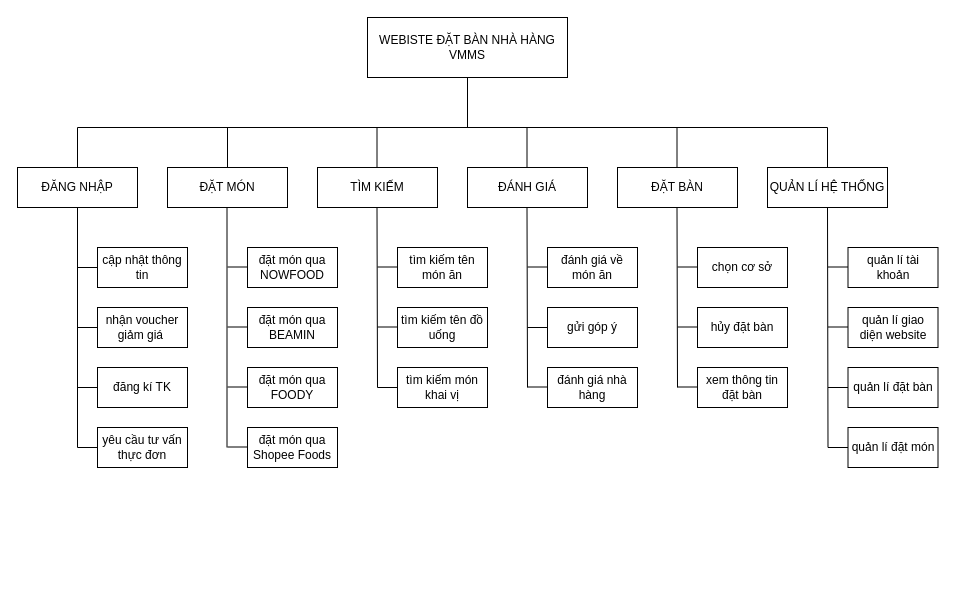
Earlier version of the draw.io diagram page "sơ đồ phân rã chức năng" (3 of 11) of Biểu đồ không có tiêu đề.drawio (trucka312/diagram). Source tidied: cells renumbered, new cells numbered last; positions are measured from the earlier drawing's top-left corner, leaving out a move shared by most shapes. Both pictures are drawn from the tidied source at 100%, with x=0, y=0 at pixel (17, 17).
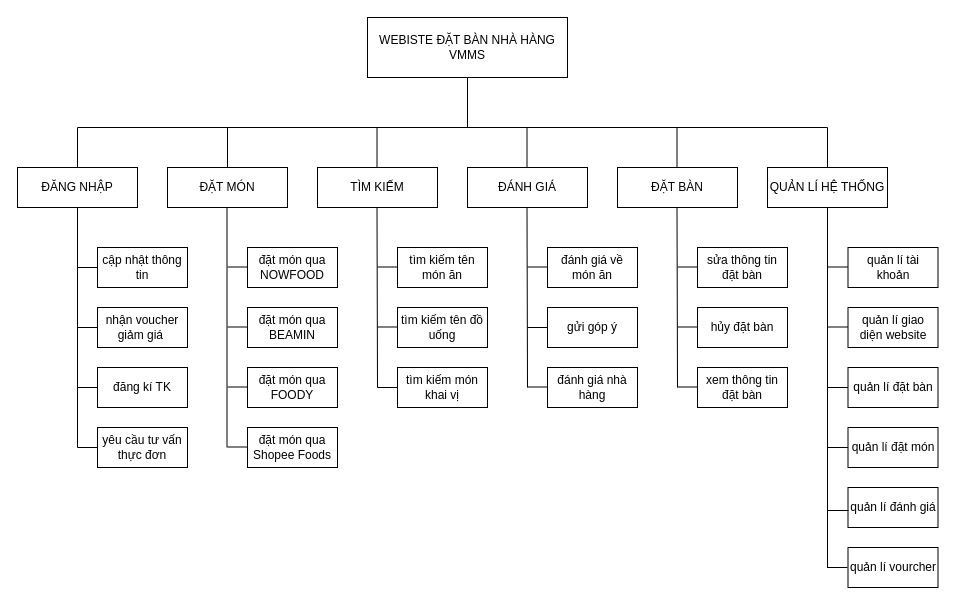
The same diagram, later.

The edit, as a diff of the source:
```diff
@@
     <mxCell id="46" style="endArrow=none;html=1;rounded=0;entryX=0.5;entryY=1;entryDx=0;entryDy=0;" parent="1" edge="1">
       <mxGeometry relative="1" as="geometry">
-        <mxPoint x="810.5" y="430" as="sourcePoint" />
+        <mxPoint x="810" y="550" as="sourcePoint" />
         <mxPoint x="810" y="190" as="targetPoint" />
       </mxGeometry>
     </mxCell>
@@
-    <mxCell id="58" value="chọn cơ sở" style="rounded=0;whiteSpace=wrap;html=1;" parent="1" vertex="1">
+    <mxCell id="58" value="sửa thông tin đặt bàn" style="rounded=0;whiteSpace=wrap;html=1;" parent="1" vertex="1">
       <mxGeometry x="680" y="230" width="90" height="40" as="geometry" />
     </mxCell>
@@
+    <mxCell id="66" value="quản lí đánh giá" style="rounded=0;whiteSpace=wrap;html=1;" parent="1" vertex="1">
+      <mxGeometry x="830.5" y="470" width="90" height="40" as="geometry" />
+    </mxCell>
+    <mxCell id="67" value="quản lí vourcher" style="rounded=0;whiteSpace=wrap;html=1;" parent="1" vertex="1">
+      <mxGeometry x="830.5" y="530" width="90" height="40" as="geometry" />
+    </mxCell>
+    <mxCell id="68" style="endArrow=none;html=1;rounded=0;entryX=0;entryY=0.5;entryDx=0;entryDy=0;" parent="1" edge="1">
+      <mxGeometry relative="1" as="geometry">
+        <mxPoint x="810.5" y="493" as="sourcePoint" />
+        <mxPoint x="831" y="493" as="targetPoint" />
+      </mxGeometry>
+    </mxCell>
+    <mxCell id="69" style="endArrow=none;html=1;rounded=0;entryX=0;entryY=0.5;entryDx=0;entryDy=0;" parent="1" edge="1">
+      <mxGeometry relative="1" as="geometry">
+        <mxPoint x="809.5" y="550" as="sourcePoint" />
+        <mxPoint x="830" y="550" as="targetPoint" />
+      </mxGeometry>
+    </mxCell>
```
